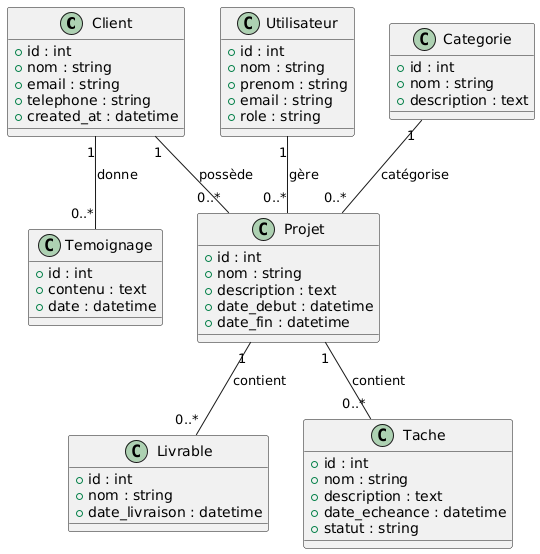
katalinadnl/tp-symfony-cc keeps this PlantUML diagram as schema-bdd.png. Above is the earlier version. Source of this version:
```plantuml
@startuml
class Client {
    + id : int
    + nom : string
    + email : string
    + telephone : string
    + created_at : datetime
}

class Projet {
    + id : int
    + nom : string
    + description : text
    + date_debut : datetime
    + date_fin : datetime
}

class Livrable {
    + id : int
    + nom : string
    + date_livraison : datetime
}

class Temoignage {
    + id : int
    + contenu : text
    + date : datetime
}

class Utilisateur {
    + id : int
    + nom : string
    + prenom : string
    + email : string
    + role : string
}

class Tache {
    + id : int
    + nom : string
    + description : text
    + date_echeance : datetime
    + statut : string
}

class Categorie {
    + id : int
    + nom : string
    + description : text
}

Client "1" -- "0..*" Projet : possède
Projet "1" -- "0..*" Livrable : contient
Client "1" -- "0..*" Temoignage : donne
Utilisateur "1" -- "0..*" Projet : gère
Projet "1" -- "0..*" Tache : contient
Categorie "1" -- "0..*" Projet : catégorise
@enduml
```
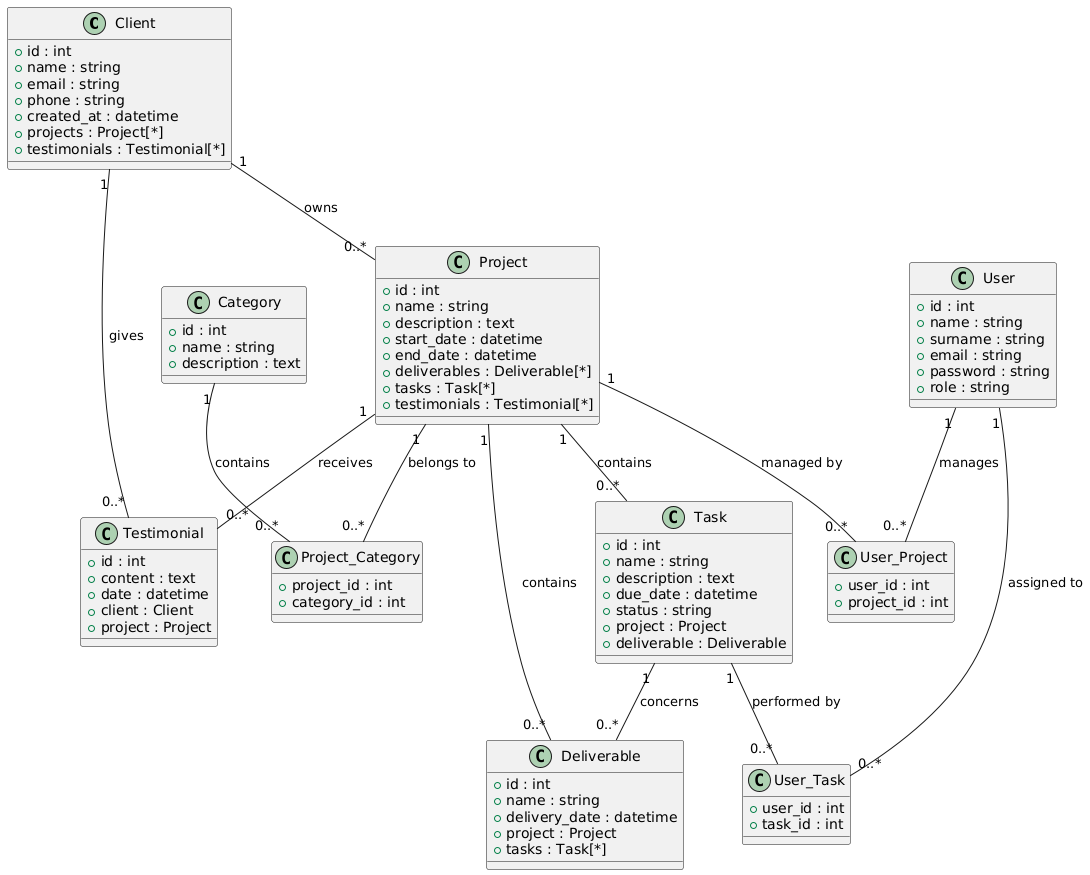
After the commit.

Diff of the diagram source:
```diff
@@ -1,58 +1,94 @@
 @startuml
 class Client {
     + id : int
-    + nom : string
+    + name : string
     + email : string
-    + telephone : string
+    + phone : string
     + created_at : datetime
+    + projects : Project[*]
+    + testimonials : Testimonial[*]
 }
 
-class Projet {
+class Project {
     + id : int
-    + nom : string
+    + name : string
     + description : text
-    + date_debut : datetime
-    + date_fin : datetime
+    + start_date : datetime
+    + end_date : datetime
+    + deliverables : Deliverable[*]
+    + tasks : Task[*]
+    + testimonials : Testimonial[*]
 }
 
-class Livrable {
+class Deliverable {
     + id : int
-    + nom : string
-    + date_livraison : datetime
+    + name : string
+    + delivery_date : datetime
+    + project : Project
+    + tasks : Task[*]
 }
 
-class Temoignage {
+class Testimonial {
     + id : int
-    + contenu : text
+    + content : text
     + date : datetime
+    + client : Client
+    + project : Project
 }
 
-class Utilisateur {
+class User {
     + id : int
-    + nom : string
-    + prenom : string
+    + name : string
+    + surname : string
     + email : string
+    + password : string
     + role : string
 }
 
-class Tache {
+class Task {
     + id : int
-    + nom : string
+    + name : string
     + description : text
-    + date_echeance : datetime
-    + statut : string
+    + due_date : datetime
+    + status : string
+    + project : Project
+    + deliverable : Deliverable
 }
 
-class Categorie {
+class Category {
     + id : int
-    + nom : string
+    + name : string
     + description : text
 }
 
-Client "1" -- "0..*" Projet : possède
-Projet "1" -- "0..*" Livrable : contient
-Client "1" -- "0..*" Temoignage : donne
-Utilisateur "1" -- "0..*" Projet : gère
-Projet "1" -- "0..*" Tache : contient
-Categorie "1" -- "0..*" Projet : catégorise
+class User_Project {
+    + user_id : int
+    + project_id : int
+}
+
+class User_Task {
+    + user_id : int
+    + task_id : int
+}
+
+class Project_Category {
+    + project_id : int
+    + category_id : int
+}
+
+Client "1" -- "0..*" Project : owns
+Project "1" -- "0..*" Deliverable : contains
+Client "1" -- "0..*" Testimonial : gives
+Project "1" -- "0..*" Task : contains
+Task "1" -- "0..*" Deliverable : concerns
+Project "1" -- "0..*" Testimonial : receives
+
+User "1" -- "0..*" User_Project : manages
+Project "1" -- "0..*" User_Project : managed by
+
+User "1" -- "0..*" User_Task : assigned to
+Task "1" -- "0..*" User_Task : performed by
+
+Project "1" -- "0..*" Project_Category : belongs to
+Category "1" -- "0..*" Project_Category : contains
 @enduml
```
